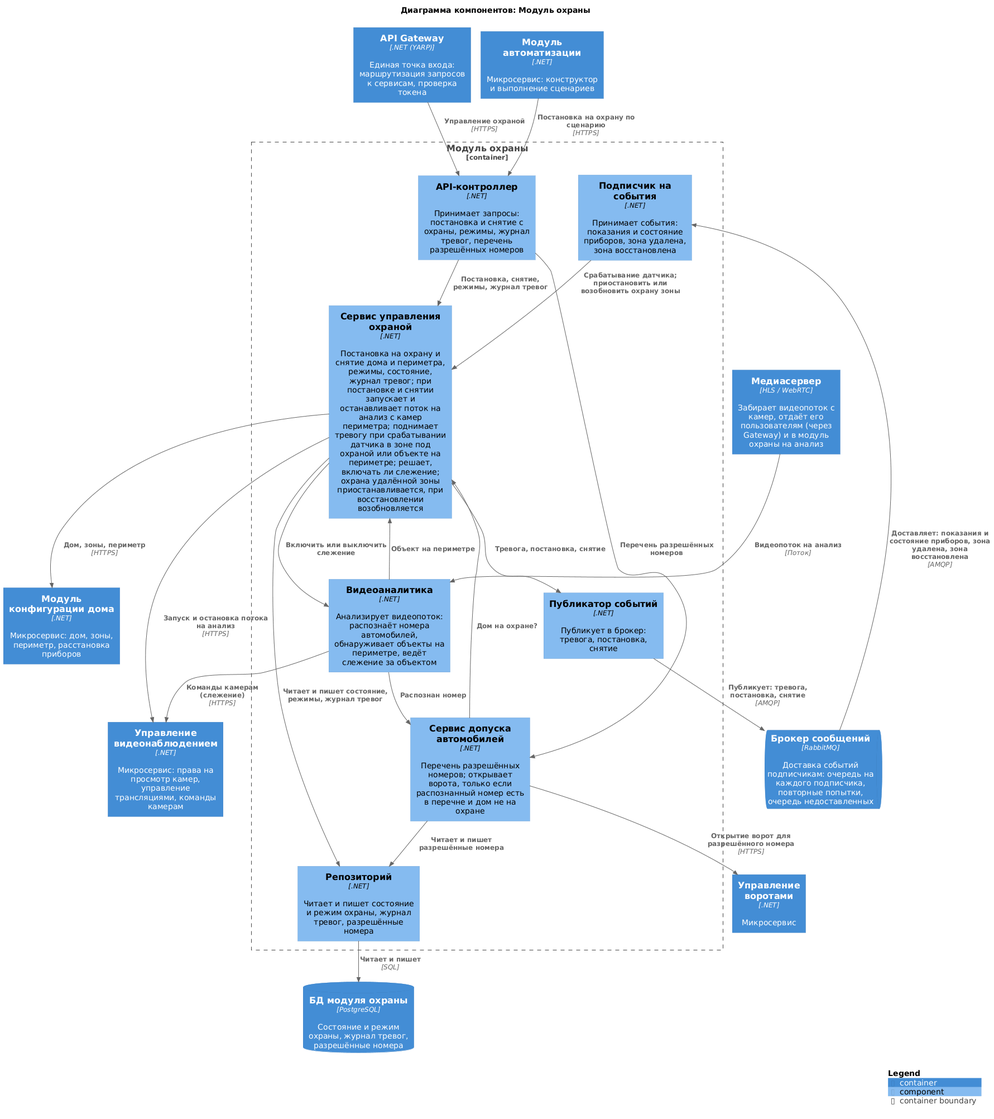
Earlier version of the PlantUML export diagrams/components/security.png (Lyamin-av/architecture-warmhouse).
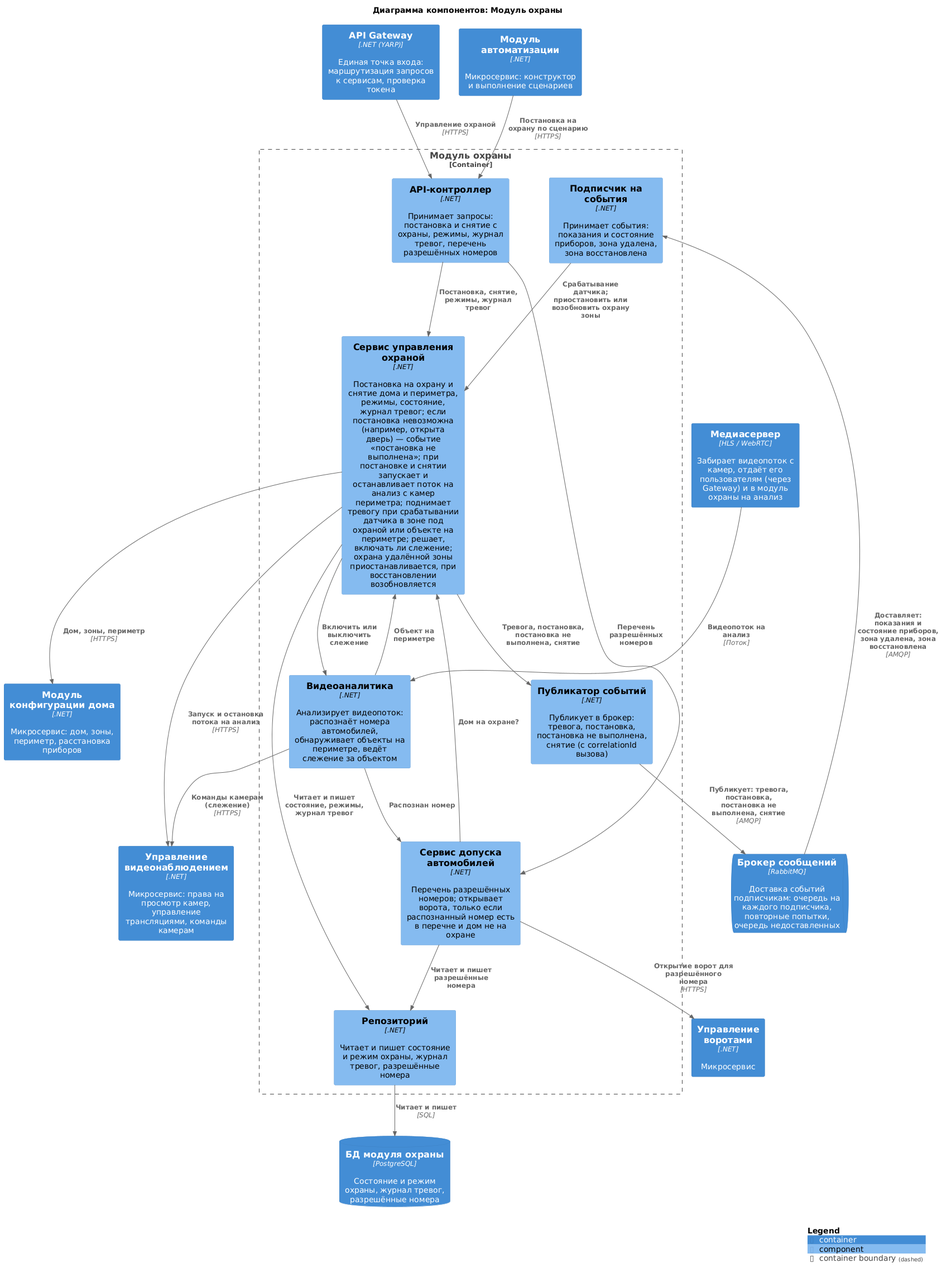
After the commit.

The edit, as a diff of the source:
```diff
@@ -14,10 +14,10 @@
 
 Container_Boundary(Security, "Модуль охраны") {
     Component(api, "API-контроллер", ".NET", "Принимает запросы: постановка и снятие с охраны, режимы, журнал тревог, перечень разрешённых номеров")
-    Component(guard, "Сервис управления охраной", ".NET", "Постановка на охрану и снятие дома и периметра, режимы, состояние, журнал тревог; при постановке и снятии запускает и останавливает поток на анализ с камер периметра; поднимает тревогу при срабатывании датчика в зоне под охраной или объекте на периметре; решает, включать ли слежение; охрана удалённой зоны приостанавливается, при восстановлении возобновляется")
+    Component(guard, "Сервис управления охраной", ".NET", "Постановка на охрану и снятие дома и периметра, режимы, состояние, журнал тревог; если постановка невозможна (например, открыта дверь) — событие «постановка не выполнена»; при постановке и снятии запускает и останавливает поток на анализ с камер периметра; поднимает тревогу при срабатывании датчика в зоне под охраной или объекте на периметре; решает, включать ли слежение; охрана удалённой зоны приостанавливается, при восстановлении возобновляется")
     Component(entry, "Сервис допуска автомобилей", ".NET", "Перечень разрешённых номеров; открывает ворота, только если распознанный номер есть в перечне и дом не на охране")
     Component(analytics, "Видеоаналитика", ".NET", "Анализирует видеопоток: распознаёт номера автомобилей, обнаруживает объекты на периметре, ведёт слежение за объектом")
-    Component(publisher, "Публикатор событий", ".NET", "Публикует в брокер: тревога, постановка, снятие")
+    Component(publisher, "Публикатор событий", ".NET", "Публикует в брокер: тревога, постановка, постановка не выполнена, снятие (с correlationId вызова)")
     Component(subscriber, "Подписчик на события", ".NET", "Принимает события: показания и состояние приборов, зона удалена, зона восстановлена")
     Component(repo, "Репозиторий", ".NET", "Читает и пишет состояние и режим охраны, журнал тревог, разрешённые номера")
 }
@@ -40,9 +40,9 @@
 Rel(guard, VideoControl, "Запуск и остановка потока на анализ", "HTTPS")
 Rel(analytics, VideoControl, "Команды камерам (слежение)", "HTTPS")
 Rel(entry, GateControl, "Открытие ворот для разрешённого номера", "HTTPS")
-Rel(guard, publisher, "Тревога, постановка, снятие")
+Rel(guard, publisher, "Тревога, постановка, постановка не выполнена, снятие")
 
-Rel(publisher, Broker, "Публикует: тревога, постановка, снятие", "AMQP")
+Rel(publisher, Broker, "Публикует: тревога, постановка, постановка не выполнена, снятие", "AMQP")
 
 Rel(guard, repo, "Читает и пишет состояние, режимы, журнал тревог")
 Rel(entry, repo, "Читает и пишет разрешённые номера")
```
